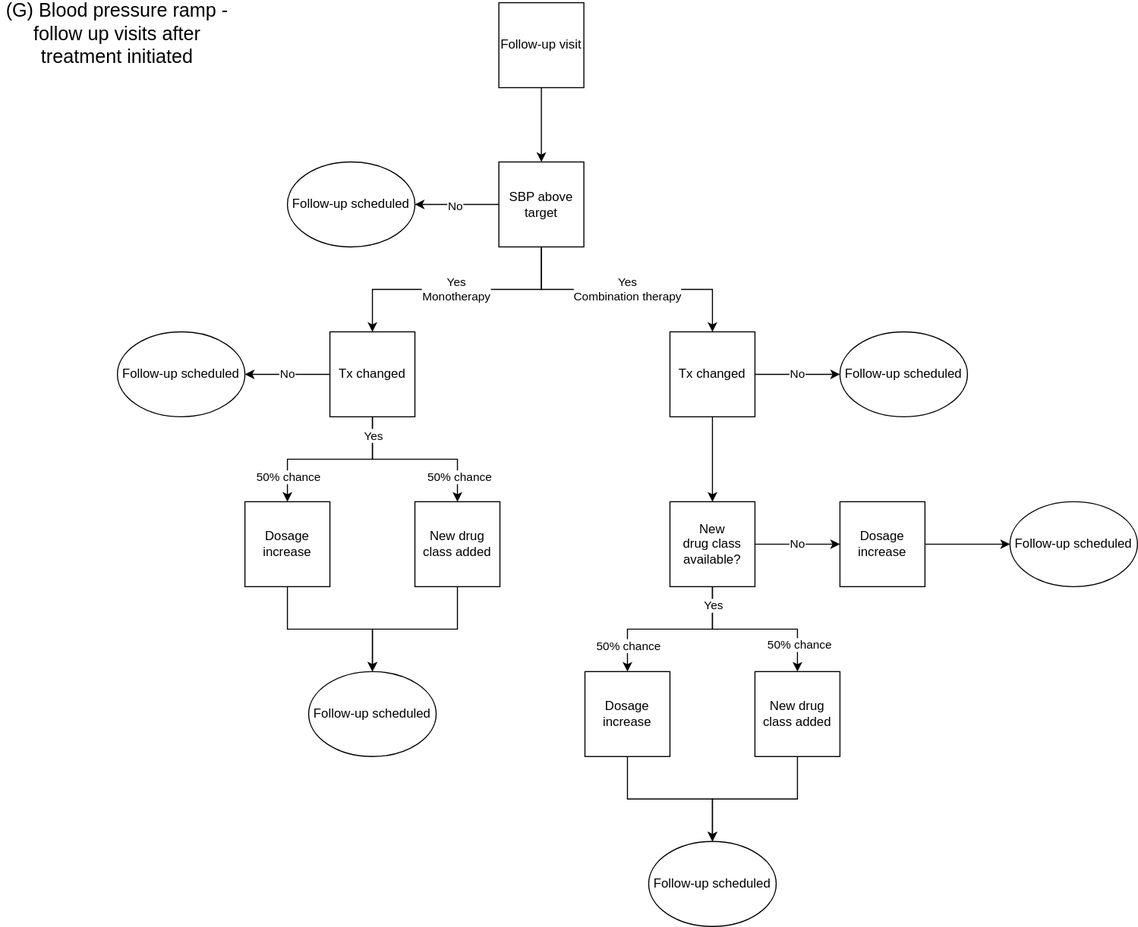
Before: docs/source/concept_models/vivarium_us_cvd/sbp_ramp_followup.svg, a diagram exported from draw.io (ihmeuw/vivarium_research). Source tidied: cells renumbered, new cells last; positions are measured from the earlier drawing's top-left corner, leaving out a move shared by most shapes.
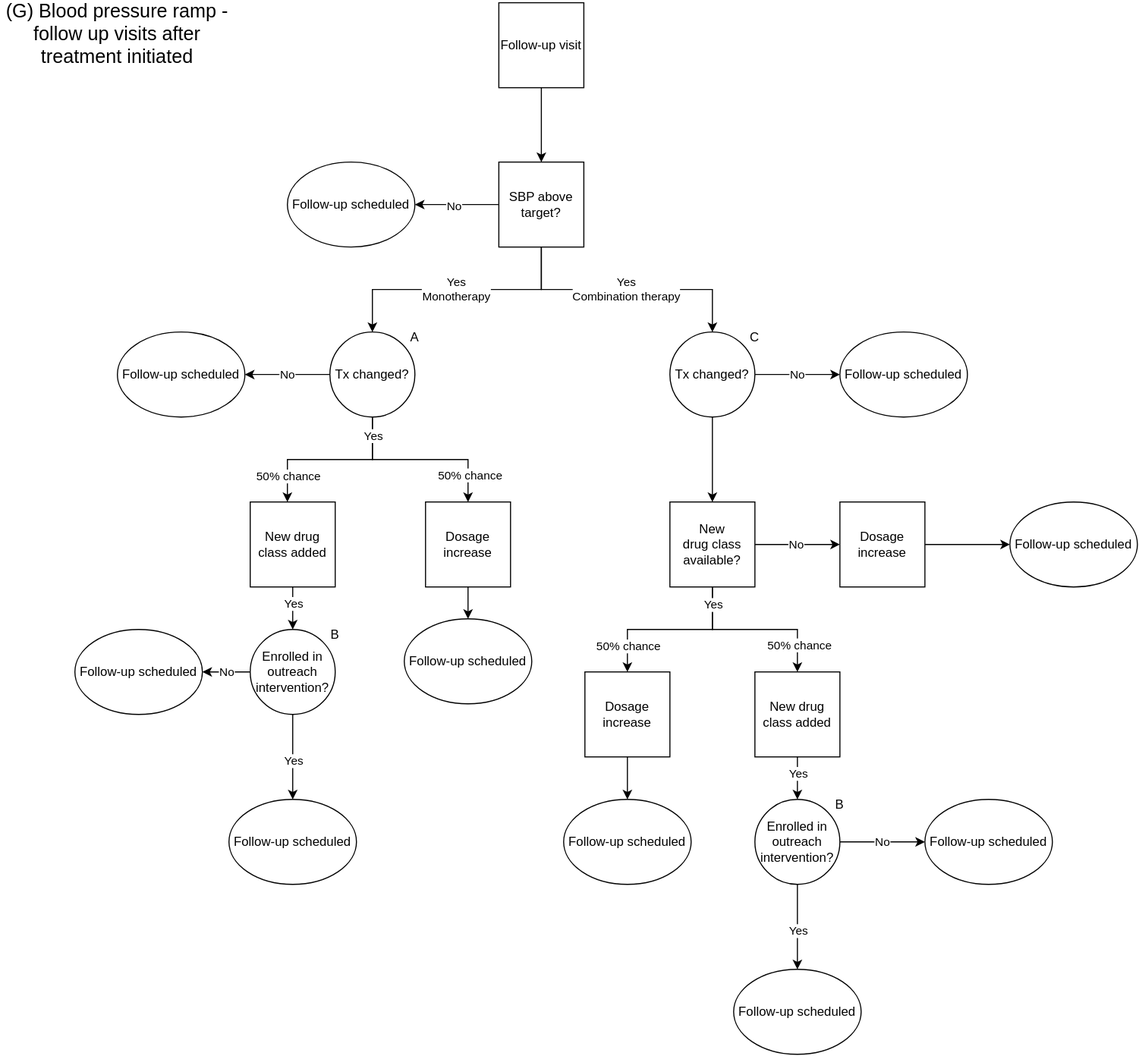
Above is the later version.

What changed in the source:
```diff
@@ -21,22 +21,28 @@
     <mxCell id="6" value="No" style="edgeLabel;html=1;align=center;verticalAlign=middle;" parent="5" vertex="1">
       <mxGeometry x="0.06" y="1" relative="1" as="geometry" />
     </mxCell>
-    <mxCell id="7" value="&lt;div&gt;Yes&lt;/div&gt;&lt;div&gt;Monotherapy&lt;/div&gt;" style="edgeStyle=orthogonalEdgeStyle;rounded=0;jettySize=auto;html=1;exitX=0.5;exitY=1;exitDx=0;exitDy=0;entryX=0.5;entryY=0;entryDx=0;entryDy=0;" parent="1" edge="1" source="9" target="17">
-      <mxGeometry relative="1" as="geometry" />
+    <mxCell id="7" value="&lt;div&gt;Yes&lt;/div&gt;&lt;div&gt;Monotherapy&lt;/div&gt;" style="edgeStyle=orthogonalEdgeStyle;rounded=0;jettySize=auto;html=1;exitX=0.5;exitY=1;exitDx=0;exitDy=0;entryX=0.5;entryY=0;entryDx=0;entryDy=0;" parent="1" edge="1" source="9">
+      <mxGeometry relative="1" as="geometry">
+        <mxPoint x="350" y="310" as="targetPoint" />
+      </mxGeometry>
     </mxCell>
-    <mxCell id="8" value="&lt;div&gt;Yes&lt;/div&gt;&lt;div&gt;Combination therapy&lt;/div&gt;" style="edgeStyle=orthogonalEdgeStyle;rounded=0;jettySize=auto;html=1;exitX=0.5;exitY=1;exitDx=0;exitDy=0;entryX=0.5;entryY=0;entryDx=0;entryDy=0;" parent="1" edge="1" source="9" target="20">
-      <mxGeometry relative="1" as="geometry" />
+    <mxCell id="8" value="&lt;div&gt;Yes&lt;/div&gt;&lt;div&gt;Combination therapy&lt;/div&gt;" style="edgeStyle=orthogonalEdgeStyle;rounded=0;jettySize=auto;html=1;exitX=0.5;exitY=1;exitDx=0;exitDy=0;entryX=0.5;entryY=0;entryDx=0;entryDy=0;" parent="1" edge="1" source="9">
+      <mxGeometry relative="1" as="geometry">
+        <mxPoint x="670" y="310" as="targetPoint" />
+      </mxGeometry>
     </mxCell>
-    <mxCell id="9" value="SBP above target" style="whiteSpace=wrap;html=1;" parent="1" vertex="1">
+    <mxCell id="9" value="SBP above target?" style="whiteSpace=wrap;html=1;" parent="1" vertex="1">
       <mxGeometry x="469" y="150" width="80" height="80" as="geometry" />
     </mxCell>
     <mxCell id="10" value="Follow-up scheduled" style="ellipse;whiteSpace=wrap;html=1;" parent="1" vertex="1">
       <mxGeometry x="270" y="150" width="120" height="80" as="geometry" />
     </mxCell>
-    <mxCell id="11" value="No" style="edgeStyle=orthogonalEdgeStyle;rounded=0;jettySize=auto;html=1;exitX=0;exitY=0.5;exitDx=0;exitDy=0;entryX=1;entryY=0.5;entryDx=0;entryDy=0;" parent="1" edge="1" source="17" target="21">
-      <mxGeometry relative="1" as="geometry" />
+    <mxCell id="11" value="No" style="edgeStyle=orthogonalEdgeStyle;rounded=0;jettySize=auto;html=1;exitX=0;exitY=0.5;exitDx=0;exitDy=0;entryX=1;entryY=0.5;entryDx=0;entryDy=0;" parent="1" edge="1" target="21">
+      <mxGeometry relative="1" as="geometry">
+        <mxPoint x="310" y="350" as="sourcePoint" />
+      </mxGeometry>
     </mxCell>
-    <mxCell id="12" style="edgeStyle=orthogonalEdgeStyle;rounded=0;jettySize=auto;html=1;exitX=0.5;exitY=1;exitDx=0;exitDy=0;" parent="1" edge="1" source="17">
+    <mxCell id="12" style="edgeStyle=orthogonalEdgeStyle;rounded=0;jettySize=auto;html=1;exitX=0.5;exitY=1;exitDx=0;exitDy=0;" parent="1" edge="1" source="44">
       <mxGeometry relative="1" as="geometry">
         <mxPoint x="270" y="470" as="targetPoint" />
       </mxGeometry>
@@ -44,7 +50,7 @@
     <mxCell id="13" value="50% chance" style="edgeLabel;html=1;align=center;verticalAlign=middle;" parent="12" vertex="1">
       <mxGeometry x="0.7" relative="1" as="geometry" />
     </mxCell>
-    <mxCell id="14" style="edgeStyle=orthogonalEdgeStyle;rounded=0;jettySize=auto;html=1;exitX=0.5;exitY=1;exitDx=0;exitDy=0;" parent="1" edge="1" source="17" target="25">
+    <mxCell id="14" style="edgeStyle=orthogonalEdgeStyle;rounded=0;jettySize=auto;html=1;exitX=0.5;exitY=1;exitDx=0;exitDy=0;entryX=0.5;entryY=0;entryDx=0;entryDy=0;entryPerimeter=0;" parent="1" edge="1" source="44" target="23">
       <mxGeometry relative="1" as="geometry" />
     </mxCell>
     <mxCell id="15" value="Yes" style="edgeLabel;html=1;align=center;verticalAlign=middle;" parent="14" vertex="1">
@@ -55,18 +61,16 @@
         <mxPoint y="1" as="offset" />
       </mxGeometry>
     </mxCell>
-    <mxCell id="17" value="Tx changed" style="whiteSpace=wrap;html=1;" parent="1" vertex="1">
-      <mxGeometry x="310" y="310" width="80" height="80" as="geometry" />
-    </mxCell>
-    <mxCell id="18" value="No" style="edgeStyle=orthogonalEdgeStyle;rounded=0;jettySize=auto;html=1;exitX=1;exitY=0.5;exitDx=0;exitDy=0;entryX=0;entryY=0.5;entryDx=0;entryDy=0;" parent="1" edge="1" source="20" target="26">
-      <mxGeometry relative="1" as="geometry" />
+    <mxCell id="18" value="No" style="edgeStyle=orthogonalEdgeStyle;rounded=0;jettySize=auto;html=1;exitX=1;exitY=0.5;exitDx=0;exitDy=0;entryX=0;entryY=0.5;entryDx=0;entryDy=0;" parent="1" edge="1" target="26">
+      <mxGeometry relative="1" as="geometry">
+        <mxPoint x="710" y="350" as="sourcePoint" />
+      </mxGeometry>
     </mxCell>
-    <mxCell id="19" style="edgeStyle=orthogonalEdgeStyle;rounded=0;jettySize=auto;html=1;exitX=0.5;exitY=1;exitDx=0;exitDy=0;entryX=0.5;entryY=0;entryDx=0;entryDy=0;" parent="1" edge="1" source="20" target="35">
-      <mxGeometry relative="1" as="geometry" />
+    <mxCell id="19" style="edgeStyle=orthogonalEdgeStyle;rounded=0;jettySize=auto;html=1;exitX=0.5;exitY=1;exitDx=0;exitDy=0;entryX=0.5;entryY=0;entryDx=0;entryDy=0;" parent="1" edge="1" target="35">
+      <mxGeometry relative="1" as="geometry">
+        <mxPoint x="670" y="390" as="sourcePoint" />
+      </mxGeometry>
     </mxCell>
-    <mxCell id="20" value="Tx changed" style="whiteSpace=wrap;html=1;" parent="1" vertex="1">
-      <mxGeometry x="630" y="310" width="80" height="80" as="geometry" />
-    </mxCell>
     <mxCell id="21" value="Follow-up scheduled" style="ellipse;whiteSpace=wrap;html=1;" parent="1" vertex="1">
       <mxGeometry x="110" y="310" width="120" height="80" as="geometry" />
     </mxCell>
@@ -74,19 +78,16 @@
       <mxGeometry relative="1" as="geometry" />
     </mxCell>
     <mxCell id="23" value="&lt;div&gt;Dosage increase&lt;br&gt;&lt;/div&gt;" style="whiteSpace=wrap;html=1;" parent="1" vertex="1">
-      <mxGeometry x="230" y="470" width="80" height="80" as="geometry" />
+      <mxGeometry x="400" y="470" width="80" height="80" as="geometry" />
     </mxCell>
-    <mxCell id="24" style="edgeStyle=orthogonalEdgeStyle;rounded=0;jettySize=auto;html=1;exitX=0.5;exitY=1;exitDx=0;exitDy=0;entryX=0.5;entryY=0;entryDx=0;entryDy=0;" parent="1" edge="1" source="25" target="27">
-      <mxGeometry relative="1" as="geometry" />
-    </mxCell>
     <mxCell id="25" value="New drug class added" style="whiteSpace=wrap;html=1;" parent="1" vertex="1">
-      <mxGeometry x="390" y="470" width="80" height="80" as="geometry" />
+      <mxGeometry x="235" y="470" width="80" height="80" as="geometry" />
     </mxCell>
     <mxCell id="26" value="Follow-up scheduled" style="ellipse;whiteSpace=wrap;html=1;" parent="1" vertex="1">
       <mxGeometry x="790" y="310" width="120" height="80" as="geometry" />
     </mxCell>
     <mxCell id="27" value="Follow-up scheduled" style="ellipse;whiteSpace=wrap;html=1;" parent="1" vertex="1">
-      <mxGeometry x="290" y="630" width="120" height="80" as="geometry" />
+      <mxGeometry x="380" y="580" width="120" height="80" as="geometry" />
     </mxCell>
     <mxCell id="28" style="edgeStyle=orthogonalEdgeStyle;rounded=0;jettySize=auto;html=1;exitX=1;exitY=0.5;exitDx=0;exitDy=0;" parent="1" edge="1" source="35">
       <mxGeometry relative="1" as="geometry">
@@ -131,14 +132,91 @@
     <mxCell id="40" value="&lt;div&gt;Dosage increase&lt;br&gt;&lt;/div&gt;" style="whiteSpace=wrap;html=1;" parent="1" vertex="1">
       <mxGeometry x="550" y="630" width="80" height="80" as="geometry" />
     </mxCell>
-    <mxCell id="41" style="edgeStyle=orthogonalEdgeStyle;rounded=0;jettySize=auto;html=1;exitX=0.5;exitY=1;exitDx=0;exitDy=0;entryX=0.5;entryY=0;entryDx=0;entryDy=0;" parent="1" edge="1" source="42" target="43">
-      <mxGeometry relative="1" as="geometry" />
-    </mxCell>
     <mxCell id="42" value="New drug class added" style="whiteSpace=wrap;html=1;" parent="1" vertex="1">
       <mxGeometry x="710" y="630" width="80" height="80" as="geometry" />
     </mxCell>
     <mxCell id="43" value="Follow-up scheduled" style="ellipse;whiteSpace=wrap;html=1;" parent="1" vertex="1">
-      <mxGeometry x="610" y="790" width="120" height="80" as="geometry" />
+      <mxGeometry x="530" y="750" width="120" height="80" as="geometry" />
     </mxCell>
+    <mxCell id="44" value="Tx changed?" style="ellipse;whiteSpace=wrap;html=1;" parent="1" vertex="1">
+      <mxGeometry x="310" y="310" width="80" height="80" as="geometry" />
+    </mxCell>
+    <mxCell id="45" value="A" style="text;html=1;strokeColor=none;fillColor=none;align=center;verticalAlign=middle;whiteSpace=wrap;rounded=0;" parent="1" vertex="1">
+      <mxGeometry x="360" y="300" width="60" height="30" as="geometry" />
+    </mxCell>
+    <mxCell id="46" value="Tx changed?" style="ellipse;whiteSpace=wrap;html=1;" parent="1" vertex="1">
+      <mxGeometry x="630" y="310" width="80" height="80" as="geometry" />
+    </mxCell>
+    <mxCell id="47" value="C" style="text;html=1;strokeColor=none;fillColor=none;align=center;verticalAlign=middle;whiteSpace=wrap;rounded=0;" parent="1" vertex="1">
+      <mxGeometry x="680" y="300" width="60" height="30" as="geometry" />
+    </mxCell>
+    <mxCell id="48" style="edgeStyle=orthogonalEdgeStyle;rounded=0;jettySize=auto;html=1;exitX=0.5;exitY=1;exitDx=0;exitDy=0;entryX=0.5;entryY=0;entryDx=0;entryDy=0;" parent="1" edge="1" source="42" target="50">
+      <mxGeometry relative="1" as="geometry" />
+    </mxCell>
+    <mxCell id="49" value="Yes" style="edgeLabel;html=1;align=center;verticalAlign=middle;" parent="48" vertex="1">
+      <mxGeometry x="-0.79" relative="1" as="geometry">
+        <mxPoint y="11" as="offset" />
+      </mxGeometry>
+    </mxCell>
+    <mxCell id="50" value="Enrolled in outreach intervention?" style="ellipse;whiteSpace=wrap;html=1;" parent="1" vertex="1">
+      <mxGeometry x="710" y="750" width="80" height="80" as="geometry" />
+    </mxCell>
+    <mxCell id="51" value="B" style="text;html=1;strokeColor=none;fillColor=none;align=center;verticalAlign=middle;whiteSpace=wrap;rounded=0;" parent="1" vertex="1">
+      <mxGeometry x="760" y="740" width="60" height="30" as="geometry" />
+    </mxCell>
+    <mxCell id="52" style="edgeStyle=orthogonalEdgeStyle;rounded=0;orthogonalLoop=1;jettySize=auto;html=1;exitX=0.5;exitY=1;exitDx=0;exitDy=0;" parent="1" edge="1">
+      <mxGeometry relative="1" as="geometry">
+        <mxPoint x="750" y="830" as="sourcePoint" />
+        <mxPoint x="750" y="910" as="targetPoint" />
+      </mxGeometry>
+    </mxCell>
+    <mxCell id="53" value="Yes" style="edgeLabel;html=1;align=center;verticalAlign=middle;" parent="52" vertex="1">
+      <mxGeometry x="0.07" relative="1" as="geometry" />
+    </mxCell>
+    <mxCell id="54" value="No" style="edgeStyle=orthogonalEdgeStyle;rounded=0;jettySize=auto;html=1;exitX=1;exitY=0.5;exitDx=0;exitDy=0;" parent="1" edge="1" target="55">
+      <mxGeometry relative="1" as="geometry">
+        <mxPoint x="790" y="790" as="sourcePoint" />
+      </mxGeometry>
+    </mxCell>
+    <mxCell id="55" value="Follow-up scheduled" style="ellipse;whiteSpace=wrap;html=1;" parent="1" vertex="1">
+      <mxGeometry x="870" y="750" width="120" height="80" as="geometry" />
+    </mxCell>
+    <mxCell id="56" value="Follow-up scheduled" style="ellipse;whiteSpace=wrap;html=1;" parent="1" vertex="1">
+      <mxGeometry x="690" y="910" width="120" height="80" as="geometry" />
+    </mxCell>
+    <mxCell id="57" style="edgeStyle=orthogonalEdgeStyle;rounded=0;jettySize=auto;html=1;exitX=0.5;exitY=1;exitDx=0;exitDy=0;entryX=0.5;entryY=0;entryDx=0;entryDy=0;" parent="1" edge="1" target="59">
+      <mxGeometry relative="1" as="geometry">
+        <mxPoint x="275" y="550" as="sourcePoint" />
+      </mxGeometry>
+    </mxCell>
+    <mxCell id="58" value="Yes" style="edgeLabel;html=1;align=center;verticalAlign=middle;" parent="57" vertex="1">
+      <mxGeometry x="-0.79" relative="1" as="geometry">
+        <mxPoint y="11" as="offset" />
+      </mxGeometry>
+    </mxCell>
+    <mxCell id="59" value="Enrolled in outreach intervention?" style="ellipse;whiteSpace=wrap;html=1;" parent="1" vertex="1">
+      <mxGeometry x="235" y="590" width="80" height="80" as="geometry" />
+    </mxCell>
+    <mxCell id="60" value="B" style="text;html=1;strokeColor=none;fillColor=none;align=center;verticalAlign=middle;whiteSpace=wrap;rounded=0;" parent="1" vertex="1">
+      <mxGeometry x="285" y="580" width="60" height="30" as="geometry" />
+    </mxCell>
+    <mxCell id="61" style="edgeStyle=orthogonalEdgeStyle;rounded=0;orthogonalLoop=1;jettySize=auto;html=1;exitX=0.5;exitY=1;exitDx=0;exitDy=0;" parent="1" edge="1">
+      <mxGeometry relative="1" as="geometry">
+        <mxPoint x="275" y="670" as="sourcePoint" />
+        <mxPoint x="275" y="750" as="targetPoint" />
+      </mxGeometry>
+    </mxCell>
+    <mxCell id="62" value="Yes" style="edgeLabel;html=1;align=center;verticalAlign=middle;" parent="61" vertex="1">
+      <mxGeometry x="0.07" relative="1" as="geometry" />
+    </mxCell>
+    <mxCell id="63" value="No" style="edgeStyle=orthogonalEdgeStyle;rounded=0;jettySize=auto;html=1;exitX=0;exitY=0.5;exitDx=0;exitDy=0;" parent="1" edge="1" source="59" target="64">
+      <mxGeometry relative="1" as="geometry" />
+    </mxCell>
+    <mxCell id="64" value="Follow-up scheduled" style="ellipse;whiteSpace=wrap;html=1;" parent="1" vertex="1">
+      <mxGeometry x="70" y="590" width="120" height="80" as="geometry" />
+    </mxCell>
+    <mxCell id="65" value="Follow-up scheduled" style="ellipse;whiteSpace=wrap;html=1;" parent="1" vertex="1">
+      <mxGeometry x="215" y="750" width="120" height="80" as="geometry" />
+    </mxCell>
   </root>
 </mxGraphModel>
```
